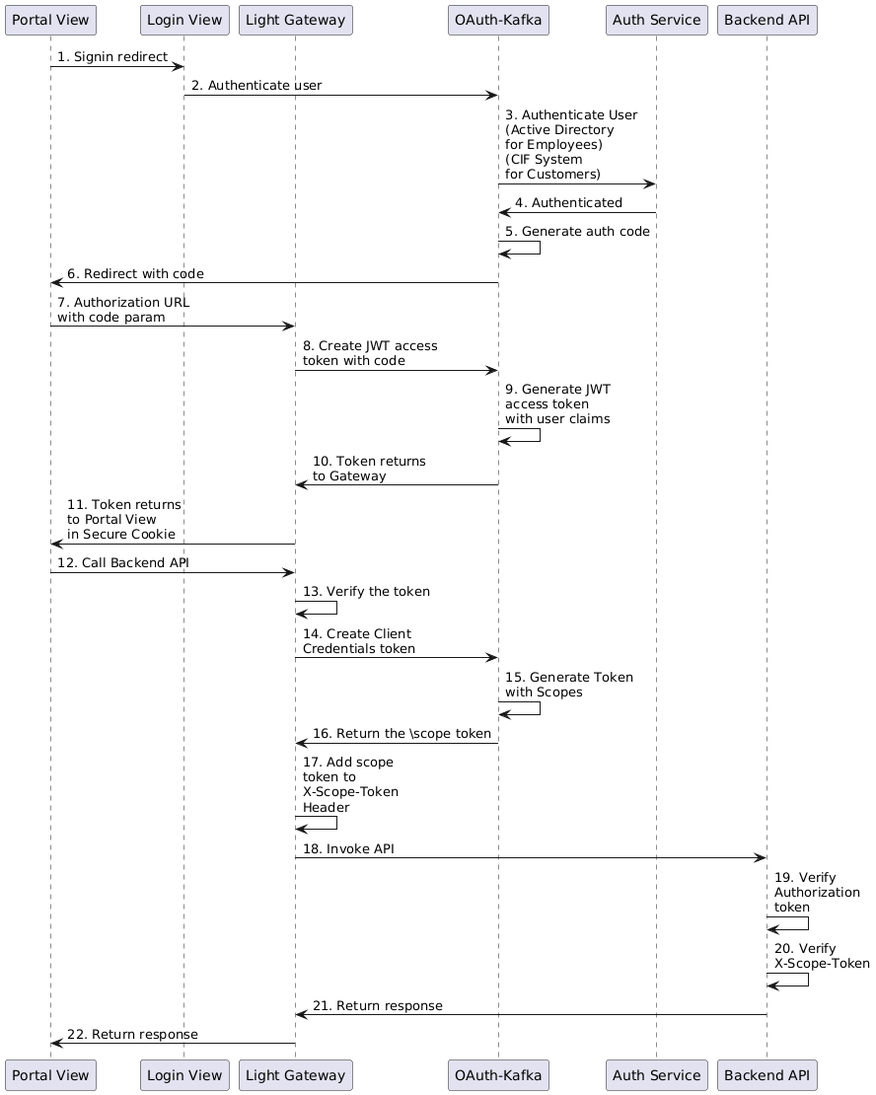
lightapi/light-portal-doc keeps this PlantUML diagram as src/design/authentication-sequence.png. Above is the earlier version. The source it was exported from:
```plantuml
@startuml
participant "Portal View" as PortalView
participant "Login View" as LoginView
participant "Light Gateway" as Gateway
participant "OAuth-Kafka" as OAuthKafka
participant "Auth Service" as AuthService
participant "Backend API" as BackendAPI

PortalView -> LoginView: 1. Signin redirect
LoginView -> OAuthKafka: 2. Authenticate user
OAuthKafka -> AuthService: 3. Authenticate User\n(Active Directory\nfor Employees)\n(CIF System\nfor Customers)
AuthService -> OAuthKafka: 4. Authenticated
OAuthKafka -> OAuthKafka: 5. Generate auth code
OAuthKafka -> PortalView: 6. Redirect with code
PortalView -> Gateway: 7. Authorization URL \nwith code param
Gateway -> OAuthKafka: 8. Create JWT access \ntoken with code
OAuthKafka -> OAuthKafka: 9. Generate JWT \naccess token \nwith user claims
OAuthKafka -> Gateway: 10. Token returns \nto Gateway
Gateway -> PortalView: 11. Token returns \nto Portal View \nin Secure Cookie
PortalView -> Gateway: 12. Call Backend API
Gateway -> Gateway: 13. Verify the token
Gateway -> OAuthKafka: 14. Create Client \nCredentials token
OAuthKafka -> OAuthKafka: 15. Generate Token \nwith Scopes
OAuthKafka -> Gateway: 16. Return the \scope token
Gateway -> Gateway: 17. Add scope \ntoken to \nX-Scope-Token \nHeader
Gateway -> BackendAPI: 18. Invoke API
BackendAPI -> BackendAPI: 19. Verify \nAuthorization \ntoken
BackendAPI -> BackendAPI: 20. Verify \nX-Scope-Token
BackendAPI -> Gateway: 21. Return response
Gateway -> PortalView: 22. Return response
@enduml
```
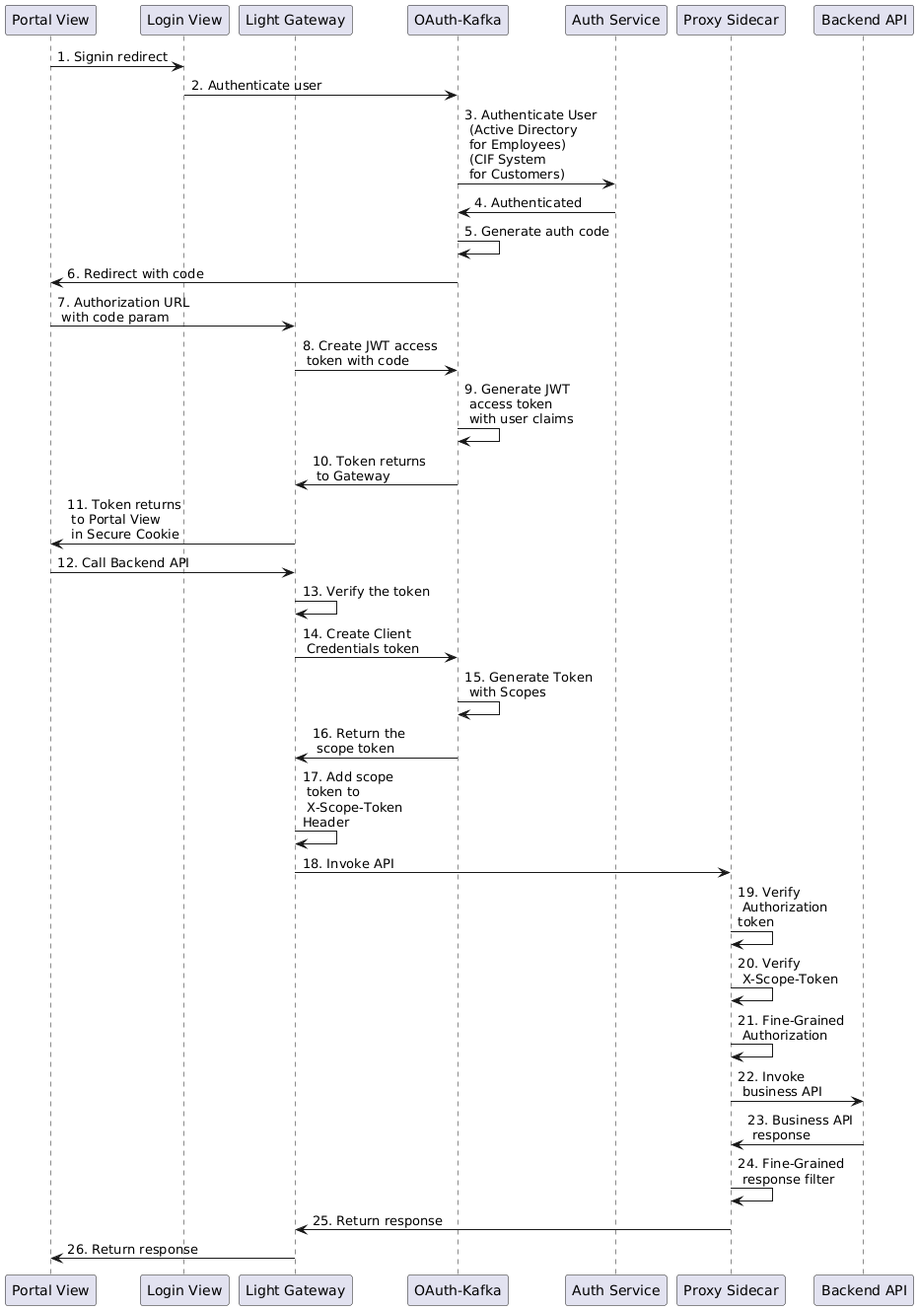
Above is the later version.

Commit message:
update the authentication sequence diagram to add the fine-grained auth

The edit, as a diff of the source:
```diff
@@ -4,28 +4,33 @@
 participant "Light Gateway" as Gateway
 participant "OAuth-Kafka" as OAuthKafka
 participant "Auth Service" as AuthService
+participant "Proxy Sidecar" as ProxySidecar
 participant "Backend API" as BackendAPI
 
 PortalView -> LoginView: 1. Signin redirect
 LoginView -> OAuthKafka: 2. Authenticate user
-OAuthKafka -> AuthService: 3. Authenticate User\n(Active Directory\nfor Employees)\n(CIF System\nfor Customers)
+OAuthKafka -> AuthService: 3. Authenticate User\n (Active Directory\n for Employees)\n (CIF System\n for Customers)
 AuthService -> OAuthKafka: 4. Authenticated
 OAuthKafka -> OAuthKafka: 5. Generate auth code
 OAuthKafka -> PortalView: 6. Redirect with code
-PortalView -> Gateway: 7. Authorization URL \nwith code param
-Gateway -> OAuthKafka: 8. Create JWT access \ntoken with code
-OAuthKafka -> OAuthKafka: 9. Generate JWT \naccess token \nwith user claims
-OAuthKafka -> Gateway: 10. Token returns \nto Gateway
-Gateway -> PortalView: 11. Token returns \nto Portal View \nin Secure Cookie
+PortalView -> Gateway: 7. Authorization URL \n with code param
+Gateway -> OAuthKafka: 8. Create JWT access \n token with code
+OAuthKafka -> OAuthKafka: 9. Generate JWT \n access token \n with user claims
+OAuthKafka -> Gateway: 10. Token returns \n to Gateway
+Gateway -> PortalView: 11. Token returns \n to Portal View \n in Secure Cookie
 PortalView -> Gateway: 12. Call Backend API
 Gateway -> Gateway: 13. Verify the token
-Gateway -> OAuthKafka: 14. Create Client \nCredentials token
-OAuthKafka -> OAuthKafka: 15. Generate Token \nwith Scopes
-OAuthKafka -> Gateway: 16. Return the \scope token
-Gateway -> Gateway: 17. Add scope \ntoken to \nX-Scope-Token \nHeader
-Gateway -> BackendAPI: 18. Invoke API
-BackendAPI -> BackendAPI: 19. Verify \nAuthorization \ntoken
-BackendAPI -> BackendAPI: 20. Verify \nX-Scope-Token
-BackendAPI -> Gateway: 21. Return response
-Gateway -> PortalView: 22. Return response
+Gateway -> OAuthKafka: 14. Create Client \n Credentials token
+OAuthKafka -> OAuthKafka: 15. Generate Token \n with Scopes
+OAuthKafka -> Gateway: 16. Return the \n scope token
+Gateway -> Gateway: 17. Add scope \n token to \n X-Scope-Token \nHeader
+Gateway -> ProxySidecar: 18. Invoke API
+ProxySidecar -> ProxySidecar: 19. Verify \n Authorization \ntoken
+ProxySidecar -> ProxySidecar: 20. Verify \n X-Scope-Token
+ProxySidecar -> ProxySidecar: 21. Fine-Grained \n Authorization
+ProxySidecar -> BackendAPI: 22. Invoke \n business API
+BackendAPI -> ProxySidecar: 23. Business API \n response
+ProxySidecar -> ProxySidecar: 24. Fine-Grained \n response filter
+ProxySidecar -> Gateway: 25. Return response
+Gateway -> PortalView: 26. Return response
 @enduml
```
